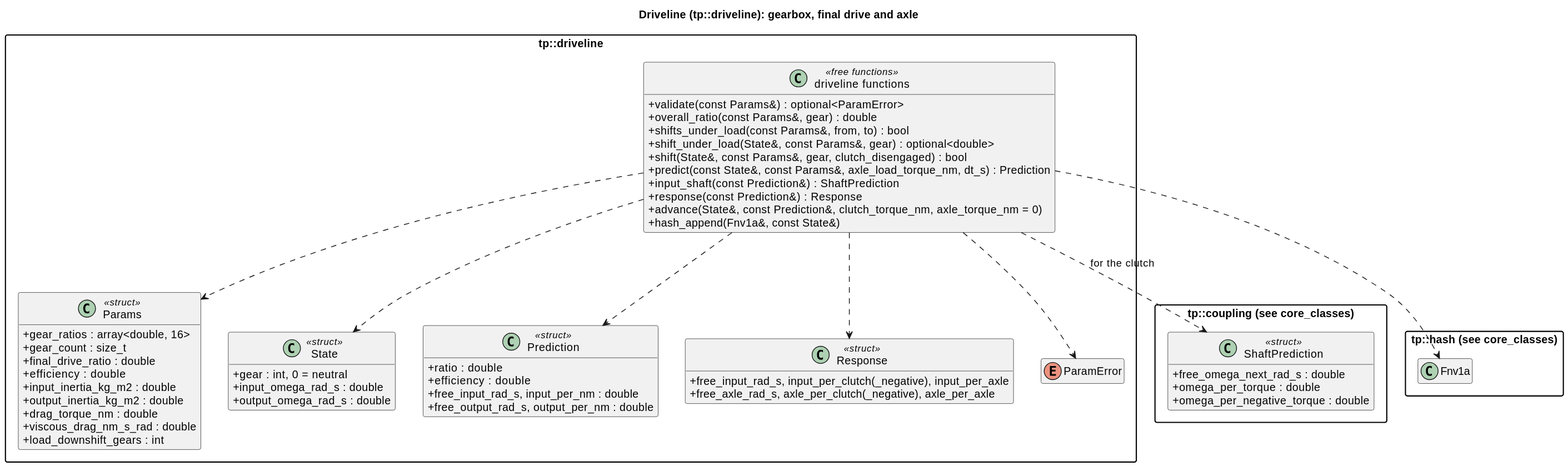
This is docs/diagrams/svg/driveline_classes.svg from wversteeg/TractorPulling, a PlantUML export, as it was before one commit.
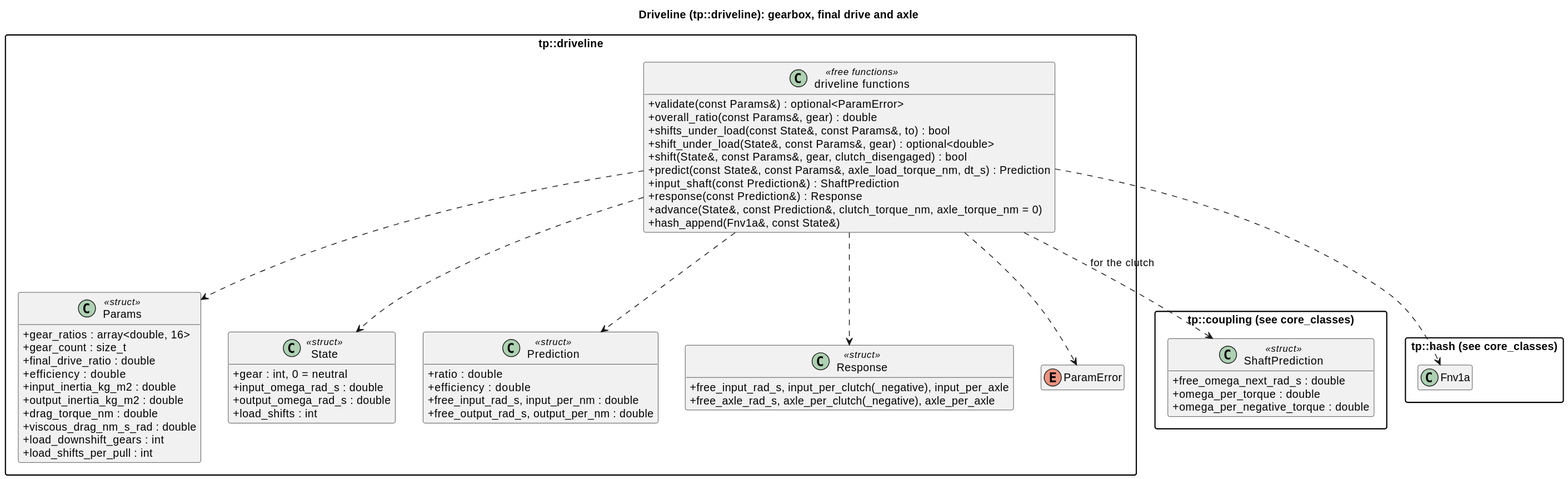
Later version of the same file.

The edit, as a diff of the source:
```diff
@@ -26,11 +26,13 @@
     +drag_torque_nm : double
     +viscous_drag_nm_s_rad : double
     +load_downshift_gears : int
+    +load_shifts_per_pull : int
   }
   class State <<struct>> {
     +gear : int, 0 = neutral
     +input_omega_rad_s : double
     +output_omega_rad_s : double
+    +load_shifts : int
   }
   class Prediction <<struct>> {
     +ratio : double
@@ -46,7 +48,7 @@
   class "driveline functions" as DrivelineFns <<free functions>> {
     +validate(const Params&) : optional<ParamError>
     +overall_ratio(const Params&, gear) : double
-    +shifts_under_load(const Params&, from, to) : bool
+    +shifts_under_load(const State&, const Params&, to) : bool
     +shift_under_load(State&, const Params&, gear) : optional<double>
     +shift(State&, const Params&, gear, clutch_disengaged) : bool
     +predict(const State&, const Params&, axle_load_torque_nm, dt_s) : Prediction
```
